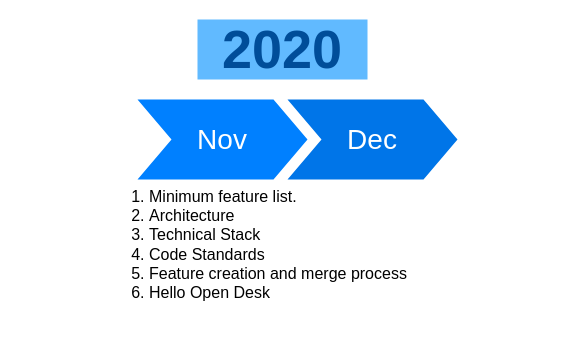
The draw.io diagram roadmap.drawio in kanwalnainsingh/OpenDesk, before the edit. Source tidied: cells renumbered, new cells numbered last; positions are measured from the earlier drawing's top-left corner, leaving out a move shared by most shapes. Both pictures are drawn from the tidied source at 100%, with x=0, y=0 at pixel (107, 19).
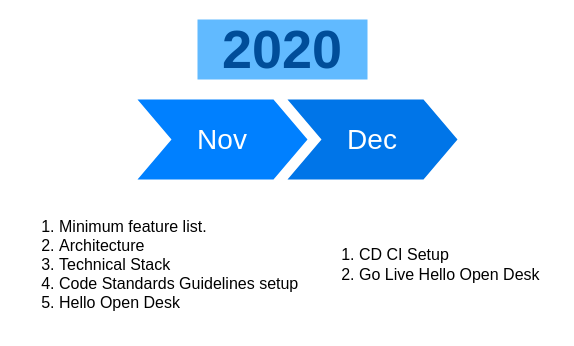
Above is the later version.

What changed in the source:
```diff
@@
 <mxGraphModel background="#ffffff">
   <root>
     <mxCell id="0" />
     <mxCell id="1" parent="0" />
     <mxCell id="2" value="Nov" style="shape=step;whiteSpace=wrap;html=1;fontSize=28;fillColor=#0080FF;fontColor=#FFFFFF;strokeColor=none;" parent="1" vertex="1">
       <mxGeometry x="30" y="80" width="170" height="80" as="geometry" />
     </mxCell>
     <mxCell id="3" value="Dec" style="shape=step;whiteSpace=wrap;html=1;fontSize=28;fillColor=#0075E8;fontColor=#FFFFFF;strokeColor=none;" parent="1" vertex="1">
       <mxGeometry x="180" y="80" width="170" height="80" as="geometry" />
     </mxCell>
     <mxCell id="4" value="2020" style="text;html=1;strokeColor=none;fillColor=#61BAFF;align=center;verticalAlign=middle;whiteSpace=wrap;fontSize=54;fontStyle=1;fontColor=#004D99;" parent="1" vertex="1">
       <mxGeometry x="90" width="170" height="60" as="geometry" />
     </mxCell>
-    <mxCell id="5" value="&lt;ol style=&quot;font-size: 16px&quot;&gt;&lt;li&gt;Minimum feature list.&lt;/li&gt;&lt;li&gt;Architecture&amp;nbsp;&lt;/li&gt;&lt;li&gt;Technical Stack&lt;/li&gt;&lt;li&gt;Code Standards&lt;/li&gt;&lt;li&gt;Feature creation and merge process&lt;/li&gt;&lt;li&gt;Hello Open Desk&lt;/li&gt;&lt;/ol&gt;" style="text;html=1;align=left;verticalAlign=middle;" parent="1" vertex="1">
-      <mxGeometry y="165" width="310" height="120" as="geometry" />
+    <mxCell id="5" value="&lt;ol style=&quot;font-size: 16px&quot;&gt;&lt;li&gt;Minimum feature list.&lt;/li&gt;&lt;li&gt;Architecture&amp;nbsp;&lt;/li&gt;&lt;li&gt;Technical Stack&lt;/li&gt;&lt;li&gt;Code Standards Guidelines setup&amp;nbsp;&lt;/li&gt;&lt;li&gt;&lt;span&gt;Hello Open Desk&lt;/span&gt;&lt;/li&gt;&lt;/ol&gt;" style="text;html=1;align=left;verticalAlign=middle;" parent="1" vertex="1">
+      <mxGeometry x="-90" y="190" width="300" height="110" as="geometry" />
     </mxCell>
+    <mxCell id="6" value="&lt;ol style=&quot;font-size: 16px&quot;&gt;&lt;li&gt;CD CI Setup&lt;/li&gt;&lt;li&gt;Go Live Hello Open Desk&lt;/li&gt;&lt;/ol&gt;" style="text;html=1;align=left;verticalAlign=middle;" parent="1" vertex="1">
+      <mxGeometry x="210" y="210" width="240" height="70" as="geometry" />
+    </mxCell>
   </root>
 </mxGraphModel>
```
